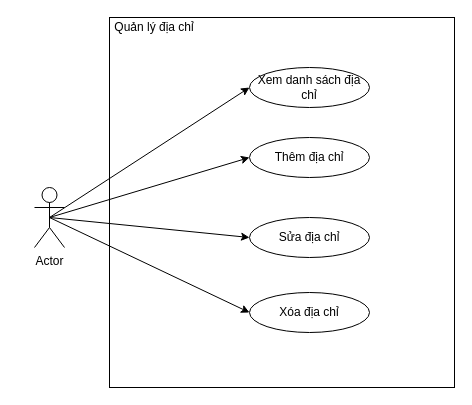
Above: Documents/Usecase user quản lý địa chỉ.drawio in giangnt15/final-year-project (draw.io), before the change. Source tidied: cells renumbered, new cells numbered last; positions are measured from the earlier drawing's top-left corner, leaving out a move shared by most shapes. Both pictures are drawn from the tidied source at 100%, with x=0, y=0 at pixel (34, 17).
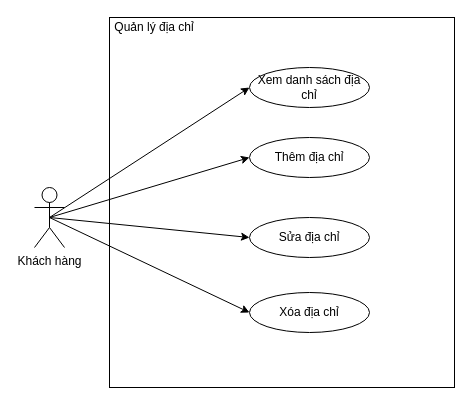
The same diagram, later.

Change to the diagram source:
```diff
@@
 <mxGraphModel>
   <root>
     <mxCell id="0" />
     <mxCell id="1" parent="0" />
     <mxCell id="2" style="rounded=0;whiteSpace=wrap;html=1;" parent="1" vertex="1">
       <mxGeometry x="75" width="345" height="370" as="geometry" />
     </mxCell>
     <mxCell id="3" value="Quản lý địa chỉ" style="text;html=1;strokeColor=none;fillColor=none;align=center;verticalAlign=middle;whiteSpace=wrap;rounded=0;" parent="1" vertex="1">
       <mxGeometry x="75" width="90" height="20" as="geometry" />
     </mxCell>
-    <mxCell id="4" value="Actor" style="shape=umlActor;verticalLabelPosition=bottom;labelBackgroundColor=#ffffff;verticalAlign=top;html=1;outlineConnect=0;" parent="1" vertex="1">
+    <mxCell id="4" value="Khách hàng" style="shape=umlActor;verticalLabelPosition=bottom;labelBackgroundColor=#ffffff;verticalAlign=top;html=1;outlineConnect=0;" parent="1" vertex="1">
       <mxGeometry y="170" width="30" height="60" as="geometry" />
     </mxCell>
     <mxCell id="5" value="Xem danh sách địa chỉ" style="ellipse;whiteSpace=wrap;html=1;" parent="1" vertex="1">
       <mxGeometry x="215" y="50" width="120" height="40" as="geometry" />
     </mxCell>
     <mxCell id="6" value="Thêm địa chỉ" style="ellipse;whiteSpace=wrap;html=1;" parent="1" vertex="1">
       <mxGeometry x="215" y="120" width="120" height="40" as="geometry" />
     </mxCell>
     <mxCell id="7" value="Sửa địa chỉ" style="ellipse;whiteSpace=wrap;html=1;" parent="1" vertex="1">
       <mxGeometry x="215" y="200" width="120" height="40" as="geometry" />
     </mxCell>
     <mxCell id="8" value="Xóa địa chỉ" style="ellipse;whiteSpace=wrap;html=1;" parent="1" vertex="1">
       <mxGeometry x="215" y="275" width="120" height="40" as="geometry" />
     </mxCell>
     <mxCell id="9" style="endArrow=classic;html=1;exitX=0.5;exitY=0.5;exitDx=0;exitDy=0;exitPerimeter=0;entryX=0;entryY=0.5;entryDx=0;entryDy=0;" parent="1" edge="1" source="4" target="5">
       <mxGeometry relative="1" as="geometry" />
     </mxCell>
     <mxCell id="10" style="endArrow=classic;html=1;exitX=0.5;exitY=0.5;exitDx=0;exitDy=0;exitPerimeter=0;entryX=0;entryY=0.5;entryDx=0;entryDy=0;" parent="1" edge="1" source="4" target="6">
       <mxGeometry relative="1" as="geometry" />
     </mxCell>
     <mxCell id="11" style="endArrow=classic;html=1;exitX=0.5;exitY=0.5;exitDx=0;exitDy=0;exitPerimeter=0;entryX=0;entryY=0.5;entryDx=0;entryDy=0;" parent="1" edge="1" source="4" target="7">
       <mxGeometry relative="1" as="geometry" />
     </mxCell>
     <mxCell id="12" style="endArrow=classic;html=1;exitX=0.5;exitY=0.5;exitDx=0;exitDy=0;exitPerimeter=0;entryX=0;entryY=0.5;entryDx=0;entryDy=0;" parent="1" edge="1" source="4" target="8">
       <mxGeometry relative="1" as="geometry" />
     </mxCell>
   </root>
 </mxGraphModel>
```
